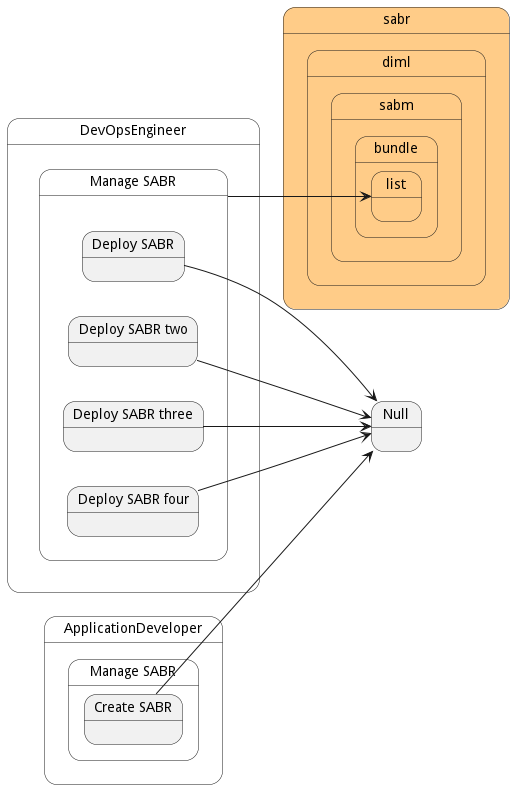
madajaju/sabr keeps this PlantUML diagram as docs/sabr/diml/sabm/scenariomapping.png. Above is the earlier version.
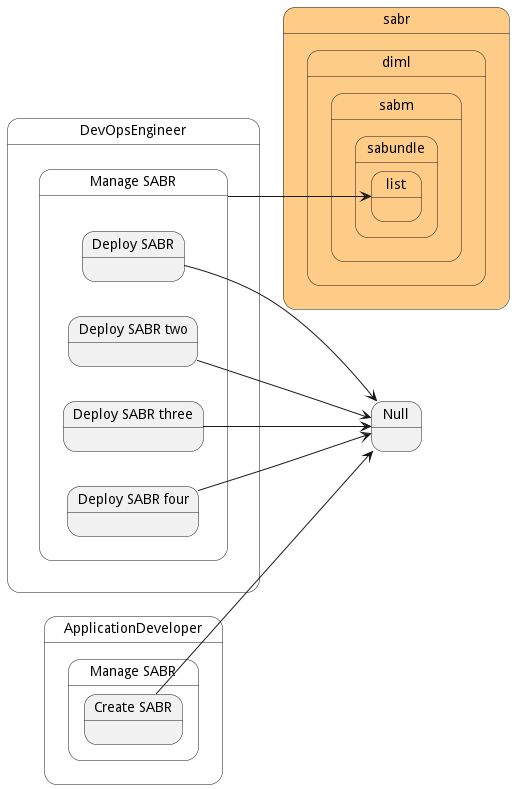
The same file after the commit.

The edit, as a diff of the source:
```diff
@@ -10,15 +10,15 @@
 state "sabr" as sabr #ffcc88 {
 state "diml" as sabrdiml #ffcc88 {
 state "sabm" as sabrdimlsabm #ffcc88 {
-state "bundle" as sabrdimlsabmbundle #ffcc88 {
-state "list" as sabrdimlsabmbundlelist #ffcc88 {
+state "sabundle" as sabrdimlsabmsabundle #ffcc88 {
+state "list" as sabrdimlsabmsabundlelist #ffcc88 {
 }
 }
 }
 }
 }
 
-DevOpsEngineerManageSABR --> sabrdimlsabmbundlelist
+DevOpsEngineerManageSABR --> sabrdimlsabmsabundlelist
 
 
     state "ApplicationDeveloper" as ApplicationDeveloper {
```
